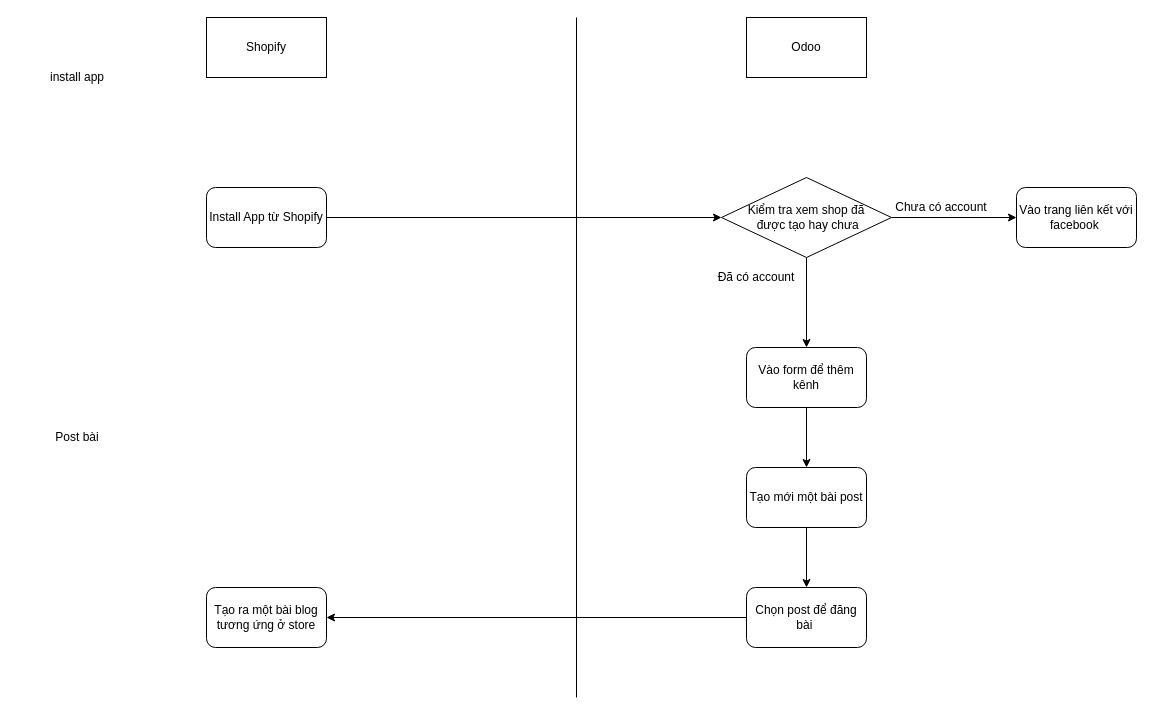
The draw.io diagram Untitled Diagram.drawio in gosu28/shopify_app, before the edit. Source tidied: cells renumbered, new cells numbered last; positions are measured from the earlier drawing's top-left corner, leaving out a move shared by most shapes. Both pictures are drawn from the tidied source at 100%, with x=0, y=0 at pixel (17, 17).
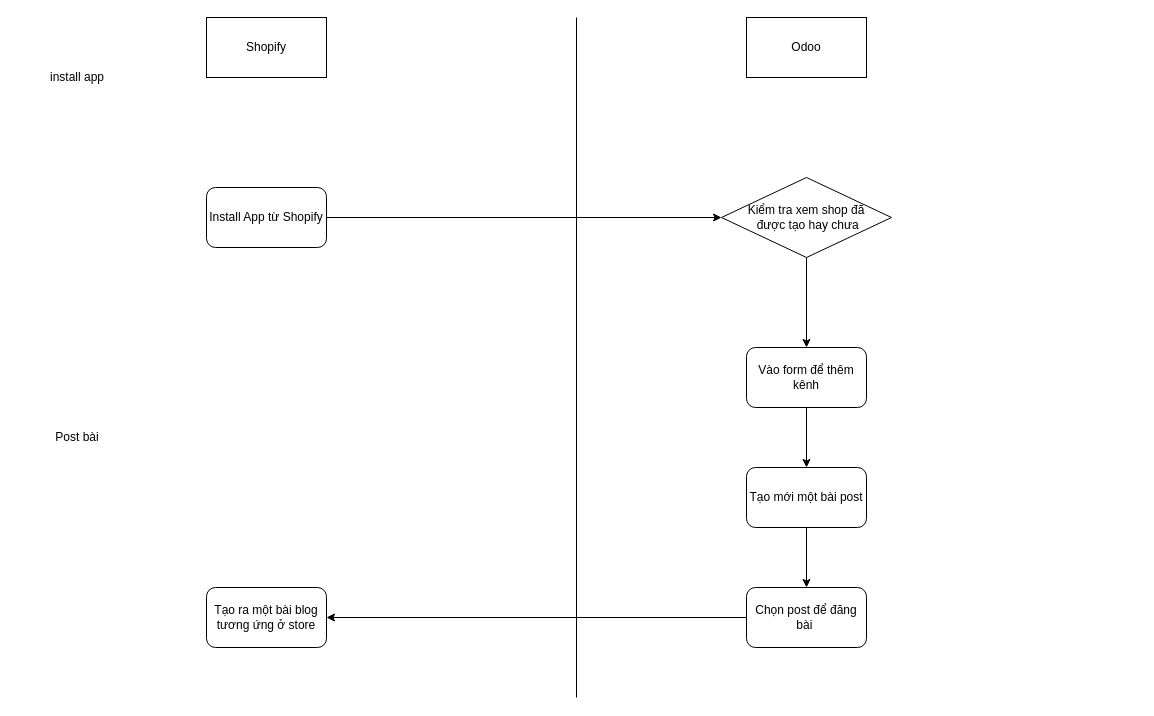
The same page after the edit.

Unchanged cells that the change refers to:
```xml
<mxCell id="15" value="Kiểm tra xem shop đã&lt;br&gt;&amp;nbsp;được tạo hay chưa" style="rhombus;whiteSpace=wrap;html=1;" parent="1" vertex="1">
  <mxGeometry x="704" y="160" width="170" height="80" as="geometry" />
</mxCell>
```

The edit, as a diff of the source:
```diff
@@
-    <mxCell id="13" style="edgeStyle=orthogonalEdgeStyle;rounded=0;jettySize=auto;html=1;" parent="1" edge="1" source="15" target="16">
-      <mxGeometry relative="1" as="geometry" />
-    </mxCell>
@@
-    <mxCell id="16" value="Vào trang liên kết với facebook&amp;nbsp;" style="rounded=1;whiteSpace=wrap;html=1;" parent="1" vertex="1">
-      <mxGeometry x="999" y="170" width="120" height="60" as="geometry" />
-    </mxCell>
@@
-    <mxCell id="20" value="Chưa có account" style="text;html=1;strokeColor=none;fillColor=none;align=center;verticalAlign=middle;whiteSpace=wrap;rounded=0;" parent="1" vertex="1">
-      <mxGeometry x="869" y="180" width="110" height="20" as="geometry" />
-    </mxCell>
-    <mxCell id="21" value="Đã có account" style="text;html=1;strokeColor=none;fillColor=none;align=center;verticalAlign=middle;whiteSpace=wrap;rounded=0;" parent="1" vertex="1">
-      <mxGeometry x="689" y="250" width="100" height="20" as="geometry" />
-    </mxCell>
```
